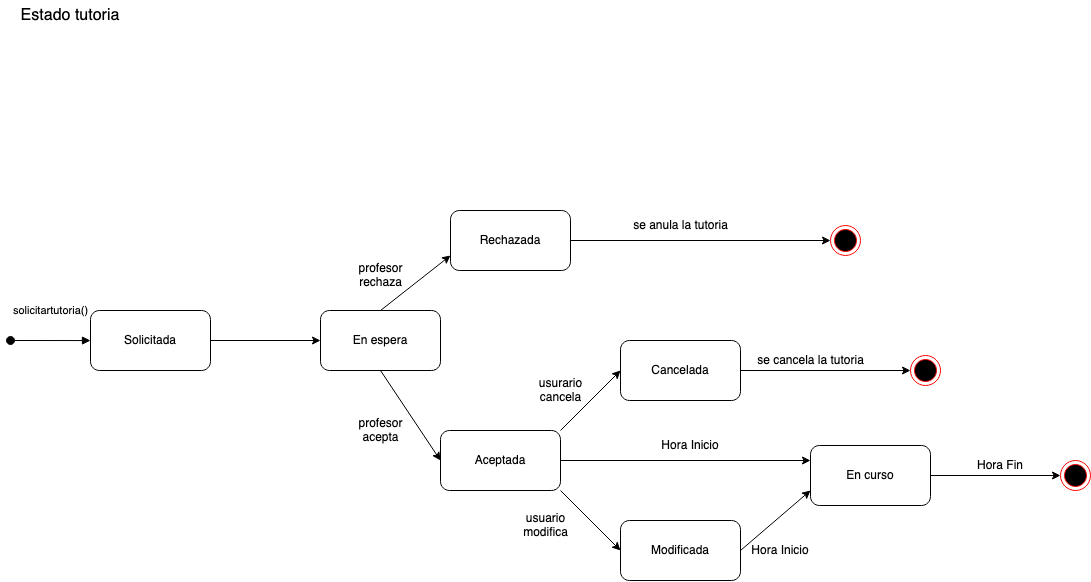
PEDROMIRAS/AprenderJVs keeps this draw.io diagram as EstadoTutoria.drawio.png. Above is the earlier version. Source tidied: cells renumbered, new cells last; positions are measured from the earlier drawing's top-left corner, leaving out a move shared by most shapes.
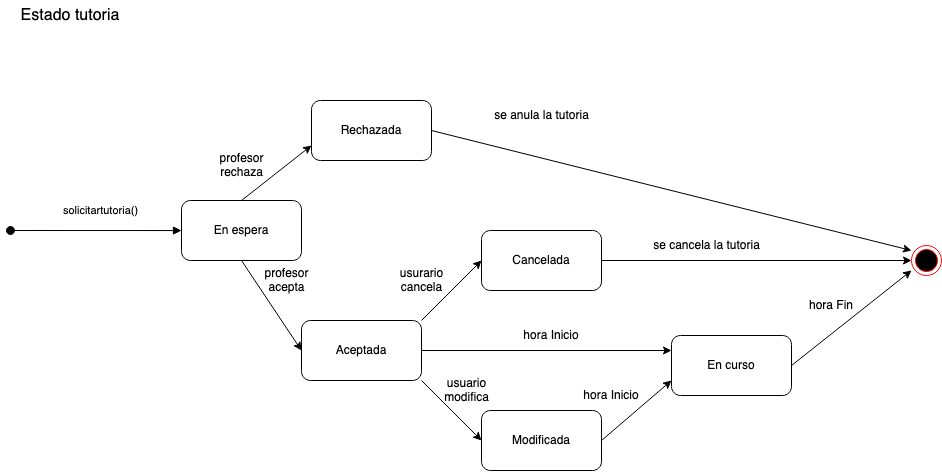
After the commit.

The edit, as a diff of the source:
```diff
@@ -3,20 +3,13 @@
     <mxCell id="0" />
     <mxCell id="1" parent="0" />
     <mxCell id="2" value="&lt;font style=&quot;font-size: 16px;&quot;&gt;Estado tutoria&lt;/font&gt;" style="text;html=1;strokeColor=none;fillColor=none;align=center;verticalAlign=middle;whiteSpace=wrap;rounded=0;" parent="1" vertex="1">
-      <mxGeometry width="120" height="30" as="geometry" />
+      <mxGeometry x="139" y="110" width="120" height="30" as="geometry" />
     </mxCell>
-    <mxCell id="3" value="solicitartutoria()" style="html=1;verticalAlign=bottom;startArrow=oval;startFill=1;endArrow=block;startSize=8;edgeStyle=elbowEdgeStyle;elbow=vertical;curved=0;rounded=0;" parent="1" edge="1">
-      <mxGeometry y="20" relative="1" as="geometry">
-        <mxPoint y="340" as="sourcePoint" />
-        <mxPoint x="80" y="340" as="targetPoint" />
+    <mxCell id="3" value="solicitartutoria()" style="html=1;verticalAlign=bottom;startArrow=oval;startFill=1;endArrow=block;startSize=8;edgeStyle=elbowEdgeStyle;elbow=vertical;curved=0;rounded=0;entryX=0;entryY=0.5;entryDx=0;entryDy=0;" parent="1" edge="1" target="6">
+      <mxGeometry x="0.05" y="10" relative="1" as="geometry">
+        <mxPoint x="139" y="340" as="sourcePoint" />
       </mxGeometry>
     </mxCell>
-    <mxCell id="4" style="rounded=1;whiteSpace=wrap;html=1;" parent="1" vertex="1">
-      <mxGeometry x="80" y="310" width="120" height="60" as="geometry" />
-    </mxCell>
-    <mxCell id="5" value="Solicitada" style="text;html=1;strokeColor=none;fillColor=none;align=center;verticalAlign=middle;whiteSpace=wrap;rounded=0;" parent="1" vertex="1">
-      <mxGeometry x="110" y="325" width="60" height="30" as="geometry" />
-    </mxCell>
     <mxCell id="6" style="rounded=1;whiteSpace=wrap;html=1;" parent="1" vertex="1">
       <mxGeometry x="310" y="310" width="120" height="60" as="geometry" />
     </mxCell>
@@ -35,9 +28,6 @@
     <mxCell id="11" style="endArrow=classic;html=1;rounded=0;exitX=0.5;exitY=0;exitDx=0;exitDy=0;entryX=0;entryY=0.75;entryDx=0;entryDy=0;" parent="1" edge="1" source="6" target="7">
       <mxGeometry relative="1" as="geometry" />
     </mxCell>
-    <mxCell id="12" style="endArrow=classic;html=1;rounded=0;exitX=1;exitY=0.5;exitDx=0;exitDy=0;entryX=0;entryY=0.5;entryDx=0;entryDy=0;" parent="1" edge="1" source="4" target="6">
-      <mxGeometry relative="1" as="geometry" />
-    </mxCell>
     <mxCell id="13" style="endArrow=classic;html=1;rounded=0;exitX=0.5;exitY=1;exitDx=0;exitDy=0;entryX=0;entryY=0.5;entryDx=0;entryDy=0;" parent="1" edge="1" source="6" target="8">
       <mxGeometry relative="1" as="geometry" />
     </mxCell>
@@ -48,17 +38,11 @@
       <mxGeometry relative="1" as="geometry" />
     </mxCell>
     <mxCell id="16" style="ellipse;html=1;shape=endState;fillColor=#000000;strokeColor=#ff0000;" parent="1" vertex="1">
-      <mxGeometry x="900" y="355" width="30" height="30" as="geometry" />
+      <mxGeometry x="1040" y="355" width="30" height="30" as="geometry" />
     </mxCell>
-    <mxCell id="17" style="ellipse;html=1;shape=endState;fillColor=#000000;strokeColor=#ff0000;" parent="1" vertex="1">
-      <mxGeometry x="1050" y="460" width="30" height="30" as="geometry" />
-    </mxCell>
     <mxCell id="18" value="En espera" style="text;html=1;strokeColor=none;fillColor=none;align=center;verticalAlign=middle;whiteSpace=wrap;rounded=0;" parent="1" vertex="1">
       <mxGeometry x="340" y="325" width="60" height="30" as="geometry" />
     </mxCell>
-    <mxCell id="19" style="ellipse;html=1;shape=endState;fillColor=#000000;strokeColor=#ff0000;" parent="1" vertex="1">
-      <mxGeometry x="820" y="225" width="30" height="30" as="geometry" />
-    </mxCell>
     <mxCell id="20" value="Rechazada" style="text;html=1;strokeColor=none;fillColor=none;align=center;verticalAlign=middle;whiteSpace=wrap;rounded=0;" parent="1" vertex="1">
       <mxGeometry x="470" y="225" width="60" height="30" as="geometry" />
     </mxCell>
@@ -83,29 +67,29 @@
     <mxCell id="27" style="endArrow=classic;html=1;rounded=0;exitX=1;exitY=0.5;exitDx=0;exitDy=0;entryX=0;entryY=0.25;entryDx=0;entryDy=0;" parent="1" edge="1" source="8" target="24">
       <mxGeometry relative="1" as="geometry" />
     </mxCell>
-    <mxCell id="28" style="endArrow=classic;html=1;rounded=0;exitX=1;exitY=0.5;exitDx=0;exitDy=0;entryX=0;entryY=0.5;entryDx=0;entryDy=0;" parent="1" edge="1" source="24" target="17">
+    <mxCell id="28" style="endArrow=classic;html=1;rounded=0;exitX=1;exitY=0.5;exitDx=0;exitDy=0;entryX=0;entryY=0.833;entryDx=0;entryDy=0;entryPerimeter=0;" parent="1" edge="1" source="24" target="16">
       <mxGeometry relative="1" as="geometry" />
     </mxCell>
     <mxCell id="29" style="endArrow=classic;html=1;rounded=0;exitX=1;exitY=0.5;exitDx=0;exitDy=0;entryX=0;entryY=0.75;entryDx=0;entryDy=0;" parent="1" edge="1" source="9" target="24">
       <mxGeometry relative="1" as="geometry" />
     </mxCell>
-    <mxCell id="30" style="endArrow=classic;html=1;rounded=0;exitX=1;exitY=0.5;exitDx=0;exitDy=0;entryX=0;entryY=0.5;entryDx=0;entryDy=0;" parent="1" edge="1" source="7" target="19">
+    <mxCell id="30" style="endArrow=classic;html=1;rounded=0;exitX=1;exitY=0.5;exitDx=0;exitDy=0;entryX=0;entryY=0.167;entryDx=0;entryDy=0;entryPerimeter=0;" parent="1" edge="1" source="7" target="16">
       <mxGeometry relative="1" as="geometry" />
     </mxCell>
-    <mxCell id="31" value="Hora Inicio" style="text;html=1;strokeColor=none;fillColor=none;align=center;verticalAlign=middle;whiteSpace=wrap;rounded=0;" parent="1" vertex="1">
+    <mxCell id="31" value="hora Inicio" style="text;html=1;strokeColor=none;fillColor=none;align=center;verticalAlign=middle;whiteSpace=wrap;rounded=0;" parent="1" vertex="1">
       <mxGeometry x="650" y="430" width="60" height="30" as="geometry" />
     </mxCell>
-    <mxCell id="32" value="Hora Inicio" style="text;html=1;strokeColor=none;fillColor=none;align=center;verticalAlign=middle;whiteSpace=wrap;rounded=0;" parent="1" vertex="1">
-      <mxGeometry x="740" y="535" width="60" height="30" as="geometry" />
+    <mxCell id="32" value="hora Inicio" style="text;html=1;strokeColor=none;fillColor=none;align=center;verticalAlign=middle;whiteSpace=wrap;rounded=0;" parent="1" vertex="1">
+      <mxGeometry x="710" y="490" width="60" height="30" as="geometry" />
     </mxCell>
-    <mxCell id="33" value="Hora Fin" style="text;html=1;strokeColor=none;fillColor=none;align=center;verticalAlign=middle;whiteSpace=wrap;rounded=0;" parent="1" vertex="1">
-      <mxGeometry x="960" y="450" width="60" height="30" as="geometry" />
+    <mxCell id="33" value="hora Fin" style="text;html=1;strokeColor=none;fillColor=none;align=center;verticalAlign=middle;whiteSpace=wrap;rounded=0;" parent="1" vertex="1">
+      <mxGeometry x="930" y="400" width="60" height="30" as="geometry" />
     </mxCell>
     <mxCell id="34" value="se anula la tutoria" style="text;html=1;align=center;verticalAlign=middle;strokeColor=none;fillColor=none;" parent="1" vertex="1">
       <mxGeometry x="610" y="210" width="120" height="30" as="geometry" />
     </mxCell>
     <mxCell id="35" value="se cancela la tutoria" style="text;html=1;align=center;verticalAlign=middle;strokeColor=none;fillColor=none;" parent="1" vertex="1">
-      <mxGeometry x="735" y="345" width="130" height="30" as="geometry" />
+      <mxGeometry x="770" y="340" width="130" height="30" as="geometry" />
     </mxCell>
     <mxCell id="36" value="&lt;div&gt;usurario &lt;br&gt;&lt;/div&gt;&lt;div&gt;cancela&lt;/div&gt;" style="text;html=1;align=center;verticalAlign=middle;strokeColor=none;fillColor=none;" parent="1" vertex="1">
       <mxGeometry x="515" y="370" width="70" height="40" as="geometry" />
@@ -114,10 +98,10 @@
       <mxGeometry x="335" y="255" width="70" height="40" as="geometry" />
     </mxCell>
     <mxCell id="38" value="&lt;div&gt;profesor &lt;br&gt;&lt;/div&gt;&lt;div&gt;acepta&lt;br&gt;&lt;/div&gt;" style="text;html=1;align=center;verticalAlign=middle;strokeColor=none;fillColor=none;" parent="1" vertex="1">
-      <mxGeometry x="335" y="410" width="70" height="40" as="geometry" />
+      <mxGeometry x="380" y="370" width="70" height="40" as="geometry" />
     </mxCell>
     <mxCell id="39" value="&lt;div&gt;usuario &lt;br&gt;&lt;/div&gt;&lt;div&gt;modifica&lt;/div&gt;" style="text;html=1;align=center;verticalAlign=middle;strokeColor=none;fillColor=none;" parent="1" vertex="1">
-      <mxGeometry x="500" y="505" width="70" height="40" as="geometry" />
+      <mxGeometry x="560" y="480" width="70" height="40" as="geometry" />
     </mxCell>
   </root>
 </mxGraphModel>
```
